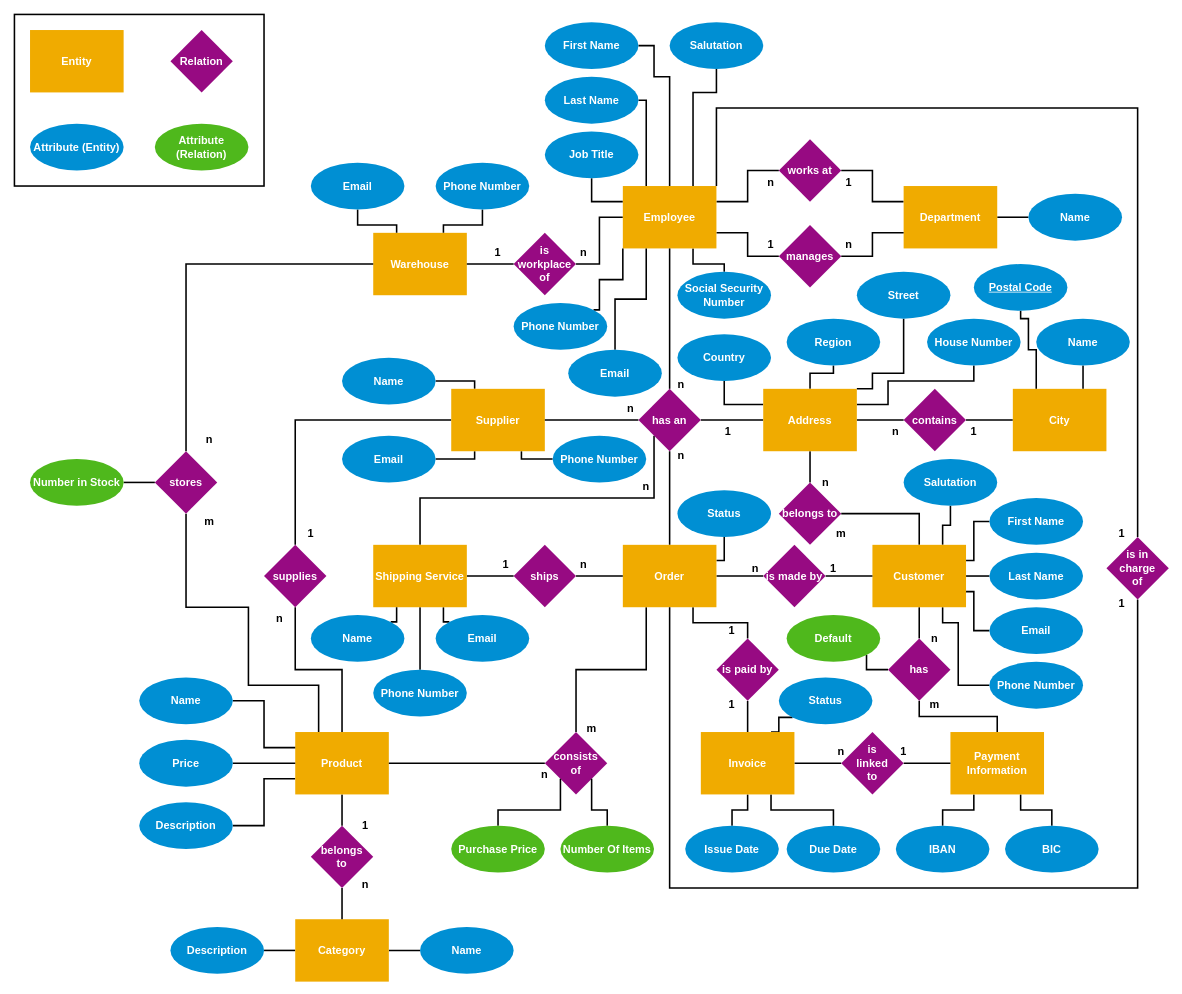
Before: docs/ERModel.drawio in andre-anan-gilbert/E-Commerce-Data-Management, a draw.io diagram. Source tidied: cells renumbered, new cells numbered last; positions are measured from the earlier drawing's top-left corner, leaving out a move shared by most shapes. Both pictures are drawn from the tidied source at 78%, with x=0, y=0 at pixel (14, 14).
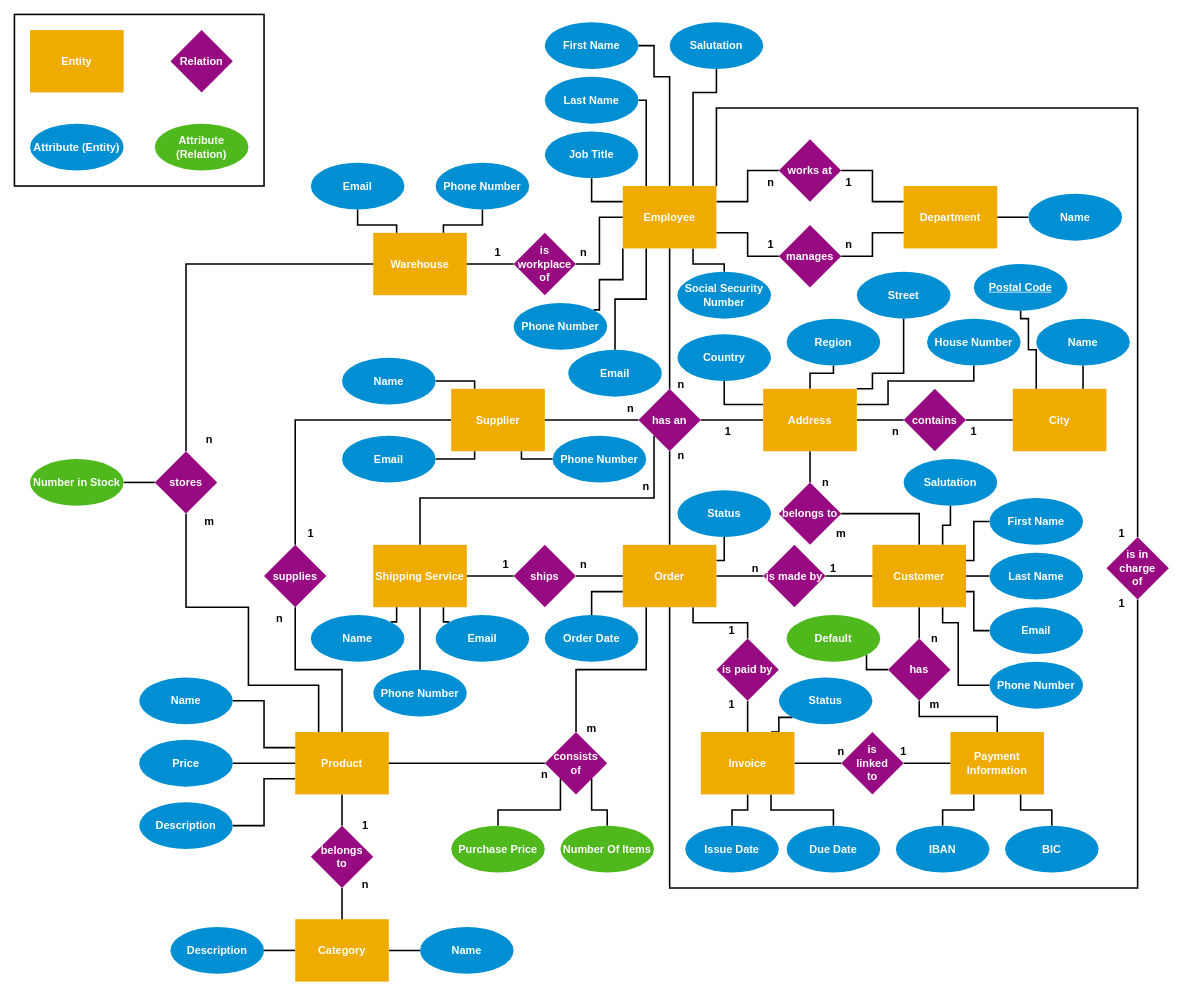
The same diagram, later.

Commit message (it also covers changes not shown here):
updated diagrams and create script to correct weak entity

The change refers to these unchanged cells:
```xml
<mxCell id="26" value="&lt;font color=&quot;#ffffff&quot; style=&quot;font-size: 14px;&quot;&gt;Order&lt;br style=&quot;font-size: 14px;&quot;&gt;&lt;/font&gt;" style="rounded=0;whiteSpace=wrap;html=1;fillColor=#F0AB00;strokeColor=none;fontStyle=1;fontSize=14;" parent="1" vertex="1">
  <mxGeometry x="780" y="680" width="120" height="80" as="geometry" />
</mxCell>
```

The edit, as a diff of the source:
```diff
@@
+    <mxCell id="190" style="edgeStyle=orthogonalEdgeStyle;rounded=0;jettySize=auto;html=1;exitX=0;exitY=0.75;exitDx=0;exitDy=0;entryX=0.5;entryY=0;entryDx=0;entryDy=0;strokeWidth=2;endArrow=none;endFill=0;" parent="1" edge="1" source="26" target="191">
+      <mxGeometry relative="1" as="geometry" />
+    </mxCell>
@@
+    <mxCell id="191" value="Order Date" style="ellipse;whiteSpace=wrap;html=1;rounded=0;fontColor=#FFFFFF;fillColor=#008FD3;strokeColor=none;fontStyle=1;fontSize=14;" parent="1" vertex="1">
+      <mxGeometry x="680" y="770" width="120" height="60" as="geometry" />
+    </mxCell>
```
